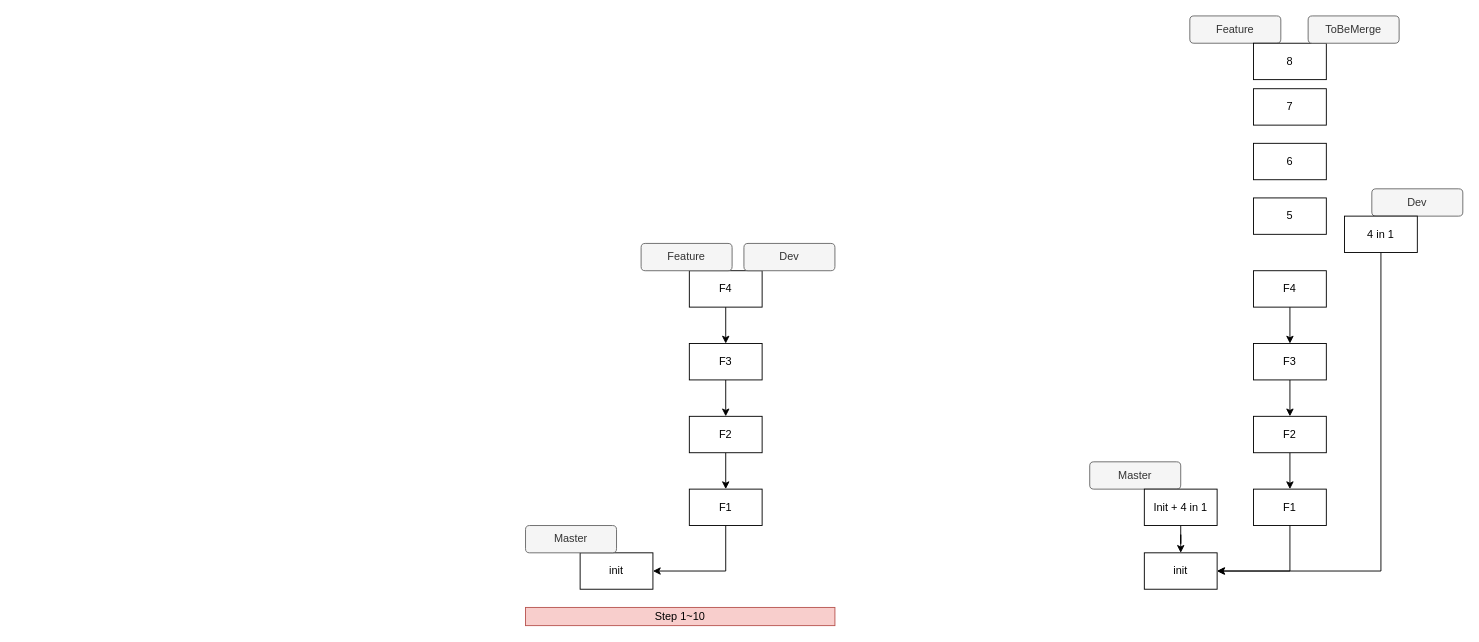
Before: Git Flow Example.drawio in BenmrChen/Draw.io, a draw.io diagram. Source tidied: cells renumbered, new cells numbered last; positions are measured from the earlier drawing's top-left corner, leaving out a move shared by most shapes. Both pictures are drawn from the tidied source at 91%, with x=0, y=0 at pixel (525, 15).
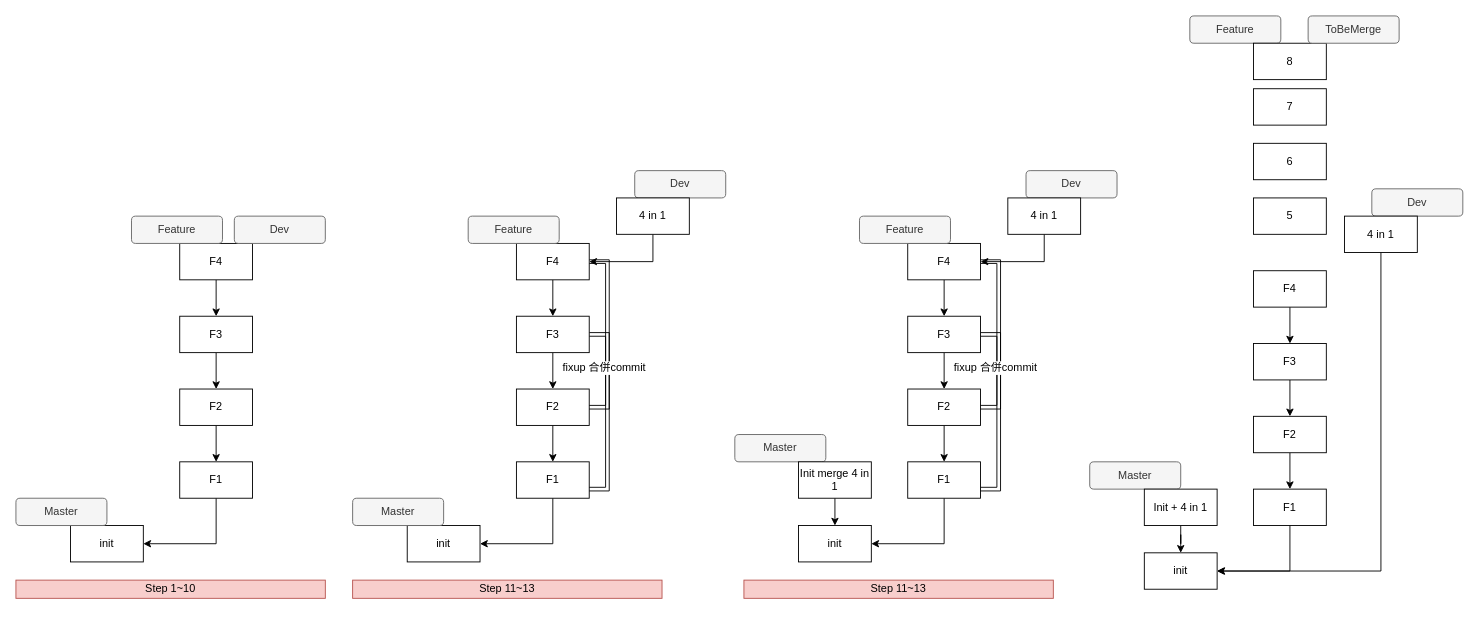
The same page after the edit.

Change to the diagram source:
```diff
@@
     <mxCell id="23" value="init&lt;br&gt;" style="rounded=0;whiteSpace=wrap;html=1;" parent="1" vertex="1">
-      <mxGeometry x="60" y="590" width="80" height="40" as="geometry" />
+      <mxGeometry x="-500" y="560" width="80" height="40" as="geometry" />
     </mxCell>
@@
     <mxCell id="25" value="F1" style="rounded=0;whiteSpace=wrap;html=1;" parent="1" vertex="1">
-      <mxGeometry x="180" y="520" width="80" height="40" as="geometry" />
+      <mxGeometry x="-380" y="490" width="80" height="40" as="geometry" />
     </mxCell>
@@
     <mxCell id="27" value="F2" style="rounded=0;whiteSpace=wrap;html=1;" parent="1" vertex="1">
-      <mxGeometry x="180" y="440" width="80" height="40" as="geometry" />
+      <mxGeometry x="-380" y="410" width="80" height="40" as="geometry" />
     </mxCell>
@@
     <mxCell id="29" value="F3" style="rounded=0;whiteSpace=wrap;html=1;" parent="1" vertex="1">
-      <mxGeometry x="180" y="360" width="80" height="40" as="geometry" />
+      <mxGeometry x="-380" y="330" width="80" height="40" as="geometry" />
     </mxCell>
@@
     <mxCell id="31" value="F4" style="rounded=0;whiteSpace=wrap;html=1;" parent="1" vertex="1">
-      <mxGeometry x="180" y="280" width="80" height="40" as="geometry" />
+      <mxGeometry x="-380" y="250" width="80" height="40" as="geometry" />
     </mxCell>
     <mxCell id="32" value="Master" style="rounded=1;whiteSpace=wrap;html=1;fillColor=#f5f5f5;strokeColor=#666666;fontColor=#333333;" parent="1" vertex="1">
-      <mxGeometry y="560" width="100" height="30" as="geometry" />
+      <mxGeometry x="-560" y="530" width="100" height="30" as="geometry" />
     </mxCell>
     <mxCell id="33" value="Feature" style="rounded=1;whiteSpace=wrap;html=1;fillColor=#f5f5f5;strokeColor=#666666;fontColor=#333333;" parent="1" vertex="1">
-      <mxGeometry x="127" y="250" width="100" height="30" as="geometry" />
+      <mxGeometry x="-433" y="220" width="100" height="30" as="geometry" />
     </mxCell>
     <mxCell id="34" value="Dev" style="rounded=1;whiteSpace=wrap;html=1;fillColor=#f5f5f5;strokeColor=#666666;fontColor=#333333;" parent="1" vertex="1">
-      <mxGeometry x="240" y="250" width="100" height="30" as="geometry" />
+      <mxGeometry x="-320" y="220" width="100" height="30" as="geometry" />
     </mxCell>
     <mxCell id="35" value="Step 1~10" style="rounded=0;whiteSpace=wrap;html=1;fillColor=#f8cecc;strokeColor=#b85450;" parent="1" vertex="1">
-      <mxGeometry y="650" width="340" height="20" as="geometry" />
+      <mxGeometry x="-560" y="620" width="340" height="20" as="geometry" />
     </mxCell>
+    <mxCell id="36" value="init&lt;br&gt;" style="rounded=0;whiteSpace=wrap;html=1;" parent="1" vertex="1">
+      <mxGeometry x="-130" y="560" width="80" height="40" as="geometry" />
+    </mxCell>
+    <mxCell id="37" style="edgeStyle=orthogonalEdgeStyle;rounded=0;jettySize=auto;html=1;exitX=0.5;exitY=1;exitDx=0;exitDy=0;entryX=1;entryY=0.5;entryDx=0;entryDy=0;" parent="1" edge="1" source="38" target="36">
+      <mxGeometry relative="1" as="geometry" />
+    </mxCell>
+    <mxCell id="38" value="F1" style="rounded=0;whiteSpace=wrap;html=1;" parent="1" vertex="1">
+      <mxGeometry x="-10" y="490" width="80" height="40" as="geometry" />
+    </mxCell>
+    <mxCell id="39" style="edgeStyle=orthogonalEdgeStyle;rounded=0;jettySize=auto;html=1;exitX=0.5;exitY=1;exitDx=0;exitDy=0;" parent="1" edge="1" source="40" target="38">
+      <mxGeometry relative="1" as="geometry" />
+    </mxCell>
+    <mxCell id="40" value="F2" style="rounded=0;whiteSpace=wrap;html=1;" parent="1" vertex="1">
+      <mxGeometry x="-10" y="410" width="80" height="40" as="geometry" />
+    </mxCell>
+    <mxCell id="41" style="edgeStyle=orthogonalEdgeStyle;rounded=0;jettySize=auto;html=1;exitX=0.5;exitY=1;exitDx=0;exitDy=0;entryX=0.5;entryY=0;entryDx=0;entryDy=0;" parent="1" edge="1" source="43" target="40">
+      <mxGeometry relative="1" as="geometry" />
+    </mxCell>
+    <mxCell id="42" style="edgeStyle=orthogonalEdgeStyle;shape=link;rounded=0;jettySize=auto;html=1;exitX=1;exitY=0.5;exitDx=0;exitDy=0;entryX=1;entryY=0.5;entryDx=0;entryDy=0;" parent="1" edge="1" source="43" target="40">
+      <mxGeometry relative="1" as="geometry" />
+    </mxCell>
+    <mxCell id="43" value="F3" style="rounded=0;whiteSpace=wrap;html=1;" parent="1" vertex="1">
+      <mxGeometry x="-10" y="330" width="80" height="40" as="geometry" />
+    </mxCell>
+    <mxCell id="44" style="edgeStyle=orthogonalEdgeStyle;rounded=0;jettySize=auto;html=1;exitX=0.5;exitY=1;exitDx=0;exitDy=0;entryX=0.5;entryY=0;entryDx=0;entryDy=0;" parent="1" edge="1" source="47" target="43">
+      <mxGeometry relative="1" as="geometry" />
+    </mxCell>
+    <mxCell id="45" style="edgeStyle=orthogonalEdgeStyle;rounded=0;jettySize=auto;html=1;exitX=1;exitY=0.5;exitDx=0;exitDy=0;entryX=1;entryY=0.75;entryDx=0;entryDy=0;shape=link;" parent="1" edge="1" source="47" target="38">
+      <mxGeometry relative="1" as="geometry" />
+    </mxCell>
+    <mxCell id="46" value="fixup 合併commit&amp;nbsp;" style="text;html=1;align=center;verticalAlign=middle;labelBackgroundColor=#ffffff;" parent="45" vertex="1">
+      <mxGeometry x="-0.06" y="-3" relative="1" as="geometry" />
+    </mxCell>
+    <mxCell id="47" value="F4" style="rounded=0;whiteSpace=wrap;html=1;" parent="1" vertex="1">
+      <mxGeometry x="-10" y="250" width="80" height="40" as="geometry" />
+    </mxCell>
+    <mxCell id="48" value="Master" style="rounded=1;whiteSpace=wrap;html=1;fillColor=#f5f5f5;strokeColor=#666666;fontColor=#333333;" parent="1" vertex="1">
+      <mxGeometry x="-190" y="530" width="100" height="30" as="geometry" />
+    </mxCell>
+    <mxCell id="49" value="Feature" style="rounded=1;whiteSpace=wrap;html=1;fillColor=#f5f5f5;strokeColor=#666666;fontColor=#333333;" parent="1" vertex="1">
+      <mxGeometry x="-63" y="220" width="100" height="30" as="geometry" />
+    </mxCell>
+    <mxCell id="50" value="Dev" style="rounded=1;whiteSpace=wrap;html=1;fillColor=#f5f5f5;strokeColor=#666666;fontColor=#333333;" parent="1" vertex="1">
+      <mxGeometry x="120" y="170" width="100" height="30" as="geometry" />
+    </mxCell>
+    <mxCell id="51" value="Step 11~13" style="rounded=0;whiteSpace=wrap;html=1;fillColor=#f8cecc;strokeColor=#b85450;" parent="1" vertex="1">
+      <mxGeometry x="-190" y="620" width="340" height="20" as="geometry" />
+    </mxCell>
+    <mxCell id="52" style="edgeStyle=orthogonalEdgeStyle;rounded=0;jettySize=auto;html=1;exitX=0.5;exitY=1;exitDx=0;exitDy=0;entryX=1;entryY=0.5;entryDx=0;entryDy=0;" parent="1" edge="1" source="53" target="47">
+      <mxGeometry relative="1" as="geometry" />
+    </mxCell>
+    <mxCell id="53" value="4 in 1" style="rounded=0;whiteSpace=wrap;html=1;" parent="1" vertex="1">
+      <mxGeometry x="100" y="200" width="80" height="40" as="geometry" />
+    </mxCell>
+    <mxCell id="54" value="init&lt;br&gt;" style="rounded=0;whiteSpace=wrap;html=1;" parent="1" vertex="1">
+      <mxGeometry x="300" y="560" width="80" height="40" as="geometry" />
+    </mxCell>
+    <mxCell id="55" style="edgeStyle=orthogonalEdgeStyle;rounded=0;jettySize=auto;html=1;exitX=0.5;exitY=1;exitDx=0;exitDy=0;entryX=1;entryY=0.5;entryDx=0;entryDy=0;" parent="1" edge="1" source="56" target="54">
+      <mxGeometry relative="1" as="geometry" />
+    </mxCell>
+    <mxCell id="56" value="F1" style="rounded=0;whiteSpace=wrap;html=1;" parent="1" vertex="1">
+      <mxGeometry x="420" y="490" width="80" height="40" as="geometry" />
+    </mxCell>
+    <mxCell id="57" style="edgeStyle=orthogonalEdgeStyle;rounded=0;jettySize=auto;html=1;exitX=0.5;exitY=1;exitDx=0;exitDy=0;" parent="1" edge="1" source="58" target="56">
+      <mxGeometry relative="1" as="geometry" />
+    </mxCell>
+    <mxCell id="58" value="F2" style="rounded=0;whiteSpace=wrap;html=1;" parent="1" vertex="1">
+      <mxGeometry x="420" y="410" width="80" height="40" as="geometry" />
+    </mxCell>
+    <mxCell id="59" style="edgeStyle=orthogonalEdgeStyle;rounded=0;jettySize=auto;html=1;exitX=0.5;exitY=1;exitDx=0;exitDy=0;entryX=0.5;entryY=0;entryDx=0;entryDy=0;" parent="1" edge="1" source="61" target="58">
+      <mxGeometry relative="1" as="geometry" />
+    </mxCell>
+    <mxCell id="60" style="edgeStyle=orthogonalEdgeStyle;shape=link;rounded=0;jettySize=auto;html=1;exitX=1;exitY=0.5;exitDx=0;exitDy=0;entryX=1;entryY=0.5;entryDx=0;entryDy=0;" parent="1" edge="1" source="61" target="58">
+      <mxGeometry relative="1" as="geometry" />
+    </mxCell>
+    <mxCell id="61" value="F3" style="rounded=0;whiteSpace=wrap;html=1;" parent="1" vertex="1">
+      <mxGeometry x="420" y="330" width="80" height="40" as="geometry" />
+    </mxCell>
+    <mxCell id="62" style="edgeStyle=orthogonalEdgeStyle;rounded=0;jettySize=auto;html=1;exitX=0.5;exitY=1;exitDx=0;exitDy=0;entryX=0.5;entryY=0;entryDx=0;entryDy=0;" parent="1" edge="1" source="65" target="61">
+      <mxGeometry relative="1" as="geometry" />
+    </mxCell>
+    <mxCell id="63" style="edgeStyle=orthogonalEdgeStyle;rounded=0;jettySize=auto;html=1;exitX=1;exitY=0.5;exitDx=0;exitDy=0;entryX=1;entryY=0.75;entryDx=0;entryDy=0;shape=link;" parent="1" edge="1" source="65" target="56">
+      <mxGeometry relative="1" as="geometry" />
+    </mxCell>
+    <mxCell id="64" value="fixup 合併commit&amp;nbsp;" style="text;html=1;align=center;verticalAlign=middle;labelBackgroundColor=#ffffff;" parent="63" vertex="1">
+      <mxGeometry x="-0.06" y="-3" relative="1" as="geometry" />
+    </mxCell>
+    <mxCell id="65" value="F4" style="rounded=0;whiteSpace=wrap;html=1;" parent="1" vertex="1">
+      <mxGeometry x="420" y="250" width="80" height="40" as="geometry" />
+    </mxCell>
+    <mxCell id="66" value="Master" style="rounded=1;whiteSpace=wrap;html=1;fillColor=#f5f5f5;strokeColor=#666666;fontColor=#333333;" parent="1" vertex="1">
+      <mxGeometry x="230" y="460" width="100" height="30" as="geometry" />
+    </mxCell>
+    <mxCell id="67" value="Feature" style="rounded=1;whiteSpace=wrap;html=1;fillColor=#f5f5f5;strokeColor=#666666;fontColor=#333333;" parent="1" vertex="1">
+      <mxGeometry x="367" y="220" width="100" height="30" as="geometry" />
+    </mxCell>
+    <mxCell id="68" value="Dev" style="rounded=1;whiteSpace=wrap;html=1;fillColor=#f5f5f5;strokeColor=#666666;fontColor=#333333;" parent="1" vertex="1">
+      <mxGeometry x="550" y="170" width="100" height="30" as="geometry" />
+    </mxCell>
+    <mxCell id="69" value="Step 11~13" style="rounded=0;whiteSpace=wrap;html=1;fillColor=#f8cecc;strokeColor=#b85450;" parent="1" vertex="1">
+      <mxGeometry x="240" y="620" width="340" height="20" as="geometry" />
+    </mxCell>
+    <mxCell id="70" style="edgeStyle=orthogonalEdgeStyle;rounded=0;jettySize=auto;html=1;exitX=0.5;exitY=1;exitDx=0;exitDy=0;entryX=1;entryY=0.5;entryDx=0;entryDy=0;" parent="1" edge="1" source="71" target="65">
+      <mxGeometry relative="1" as="geometry" />
+    </mxCell>
+    <mxCell id="71" value="4 in 1" style="rounded=0;whiteSpace=wrap;html=1;" parent="1" vertex="1">
+      <mxGeometry x="530" y="200" width="80" height="40" as="geometry" />
+    </mxCell>
+    <mxCell id="72" style="edgeStyle=orthogonalEdgeStyle;rounded=0;jettySize=auto;html=1;exitX=0.5;exitY=1;exitDx=0;exitDy=0;entryX=0.5;entryY=0;entryDx=0;entryDy=0;" parent="1" edge="1" source="73" target="54">
+      <mxGeometry relative="1" as="geometry" />
+    </mxCell>
+    <mxCell id="73" value="Init merge 4 in 1" style="rounded=0;whiteSpace=wrap;html=1;" parent="1" vertex="1">
+      <mxGeometry x="300" y="490" width="80" height="40" as="geometry" />
+    </mxCell>
```
